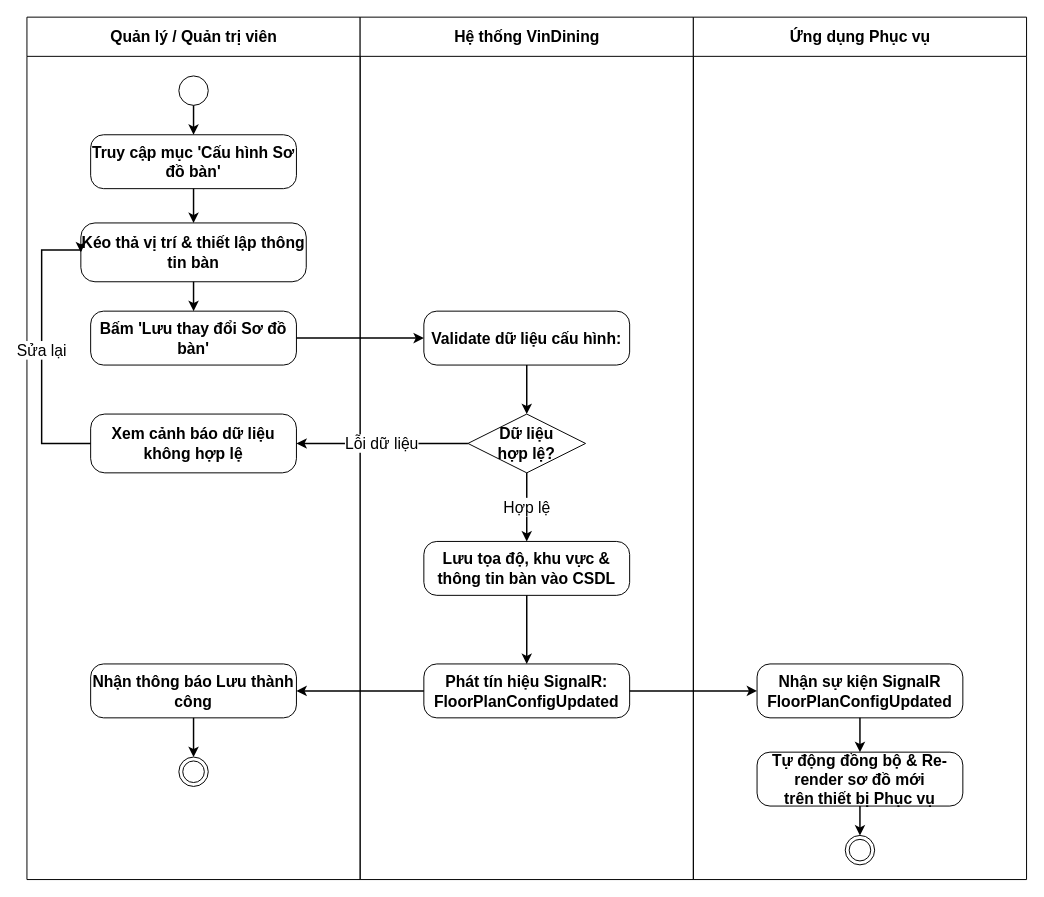
Above: docs/phase1/drawio/ad08_floor_plan.drawio in AndrewQng/VinDining (draw.io), before the change. Source tidied: cells renumbered, new cells numbered last; positions are measured from the earlier drawing's top-left corner, leaving out a move shared by most shapes. Both pictures are drawn from the tidied source at 98%, with x=0, y=0 at pixel (26, 17).
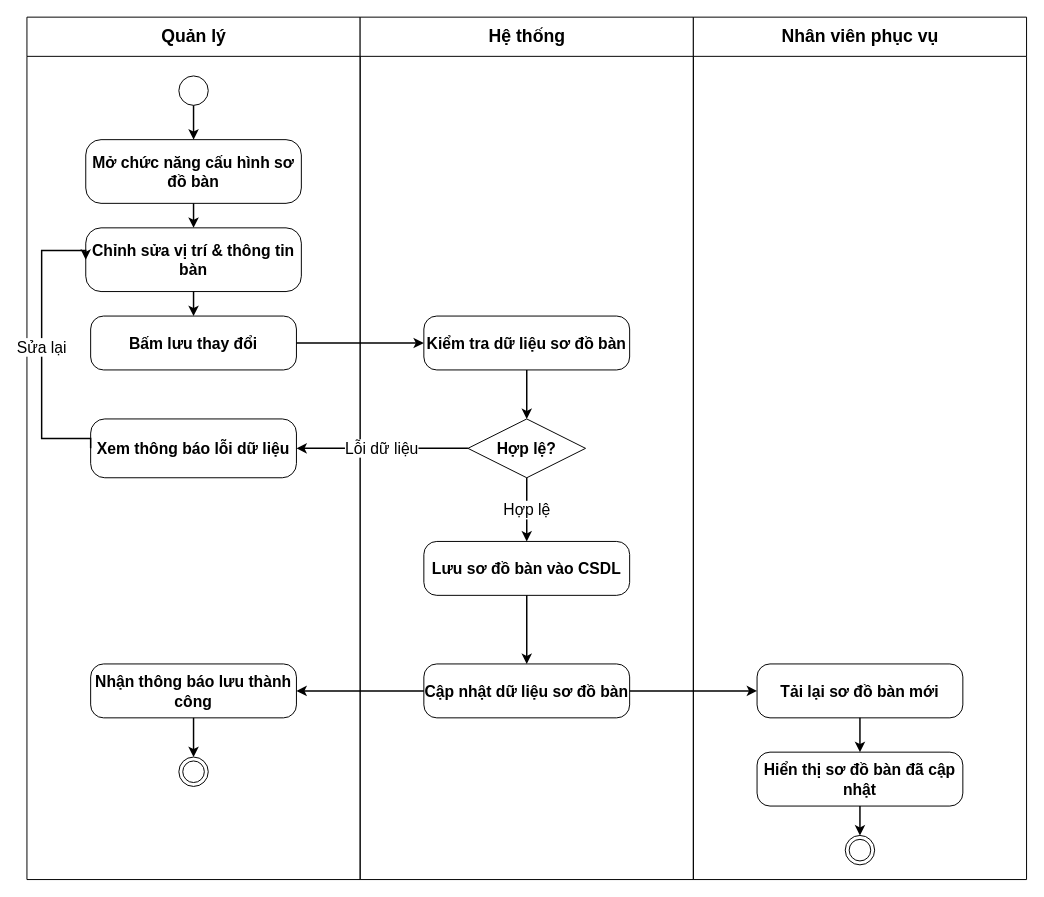
Above is the later version.

What changed in the source:
```diff
@@
-    <mxCell id="2" value="Quản lý / Quản trị viên" style="swimlane;html=1;startSize=40;horizontal=1;fontStyle=1;fontSize=16;align=center;verticalAlign=middle;swimlaneLine=1;" parent="1" vertex="1">
+    <mxCell id="2" value="Quản lý" style="swimlane;html=1;startSize=40;horizontal=1;fontStyle=1;fontSize=18;align=center;verticalAlign=middle;swimlaneLine=1;" parent="1" vertex="1">
       <mxGeometry width="340" height="880" as="geometry" />
     </mxCell>
-    <mxCell id="3" style="ellipse;whiteSpace=wrap;html=1;fontSize=16;" parent="2" vertex="1">
+    <mxCell id="3" style="ellipse;whiteSpace=wrap;html=1;fontSize=18;" parent="2" vertex="1">
       <mxGeometry x="155" y="60" width="30" height="30" as="geometry" />
     </mxCell>
-    <mxCell id="4" value="Truy cập mục 'Cấu hình Sơ đồ bàn'" style="rounded=1;arcSize=24;whiteSpace=wrap;html=1;fontStyle=1;fontSize=16;align=center;verticalAlign=middle;" parent="2" vertex="1">
-      <mxGeometry x="65" y="120" width="210" height="55" as="geometry" />
+    <mxCell id="4" value="Mở chức năng cấu hình sơ đồ bàn" style="rounded=1;arcSize=24;whiteSpace=wrap;html=1;fontStyle=1;fontSize=16;align=center;verticalAlign=middle;" parent="2" vertex="1">
+      <mxGeometry x="60" y="125" width="220" height="65" as="geometry" />
     </mxCell>
-    <mxCell id="5" value="Kéo thả vị trí &amp;amp; thiết lập thông tin bàn" style="rounded=1;arcSize=24;whiteSpace=wrap;html=1;fontStyle=1;fontSize=16;align=center;verticalAlign=middle;" parent="2" vertex="1">
-      <mxGeometry x="55" y="210" width="230" height="60" as="geometry" />
+    <mxCell id="5" value="Chỉnh sửa vị trí &amp;amp; thông tin bàn" style="rounded=1;arcSize=24;whiteSpace=wrap;html=1;fontStyle=1;fontSize=16;align=center;verticalAlign=middle;" parent="2" vertex="1">
+      <mxGeometry x="60" y="215" width="220" height="65" as="geometry" />
     </mxCell>
-    <mxCell id="6" value="Bấm 'Lưu thay đổi Sơ đồ bàn'" style="rounded=1;arcSize=24;whiteSpace=wrap;html=1;fontStyle=1;fontSize=16;align=center;verticalAlign=middle;" parent="2" vertex="1">
-      <mxGeometry x="65" y="300" width="210" height="55" as="geometry" />
+    <mxCell id="6" value="Bấm lưu thay đổi" style="rounded=1;arcSize=24;whiteSpace=wrap;html=1;fontStyle=1;fontSize=16;align=center;verticalAlign=middle;" parent="2" vertex="1">
+      <mxGeometry x="65" y="305" width="210" height="55" as="geometry" />
     </mxCell>
-    <mxCell id="7" value="Xem cảnh báo dữ liệu không hợp lệ" style="rounded=1;arcSize=24;whiteSpace=wrap;html=1;fontStyle=1;fontSize=16;align=center;verticalAlign=middle;" parent="2" vertex="1">
-      <mxGeometry x="65" y="405" width="210" height="60" as="geometry" />
+    <mxCell id="7" value="Xem thông báo lỗi dữ liệu" style="rounded=1;arcSize=24;whiteSpace=wrap;html=1;fontStyle=1;fontSize=16;align=center;verticalAlign=middle;" parent="2" vertex="1">
+      <mxGeometry x="65" y="410" width="210" height="60" as="geometry" />
     </mxCell>
-    <mxCell id="8" value="Nhận thông báo Lưu thành công" style="rounded=1;arcSize=24;whiteSpace=wrap;html=1;fontStyle=1;fontSize=16;align=center;verticalAlign=middle;" parent="2" vertex="1">
+    <mxCell id="8" value="Nhận thông báo lưu thành công" style="rounded=1;arcSize=24;whiteSpace=wrap;html=1;fontStyle=1;fontSize=16;align=center;verticalAlign=middle;" parent="2" vertex="1">
       <mxGeometry x="65" y="660" width="210" height="55" as="geometry" />
     </mxCell>
-    <mxCell id="9" style="ellipse;html=1;shape=endState;fontSize=16;" parent="2" vertex="1">
+    <mxCell id="9" style="ellipse;html=1;shape=endState;fontSize=18;" parent="2" vertex="1">
       <mxGeometry x="155" y="755" width="30" height="30" as="geometry" />
     </mxCell>
-    <mxCell id="10" value="Hệ thống VinDining" style="swimlane;html=1;startSize=40;horizontal=1;fontStyle=1;fontSize=16;align=center;verticalAlign=middle;swimlaneLine=1;" parent="1" vertex="1">
+    <mxCell id="10" value="Hệ thống" style="swimlane;html=1;startSize=40;horizontal=1;fontStyle=1;fontSize=18;align=center;verticalAlign=middle;swimlaneLine=1;" parent="1" vertex="1">
       <mxGeometry x="340" width="340" height="880" as="geometry" />
     </mxCell>
-    <mxCell id="11" value="Validate dữ liệu cấu hình:" style="rounded=1;arcSize=24;whiteSpace=wrap;html=1;fontStyle=1;fontSize=16;align=center;verticalAlign=middle;" parent="10" vertex="1">
-      <mxGeometry x="65" y="300" width="210" height="55" as="geometry" />
+    <mxCell id="11" value="Kiểm tra dữ liệu sơ đồ bàn" style="rounded=1;arcSize=24;whiteSpace=wrap;html=1;fontStyle=1;fontSize=16;align=center;verticalAlign=middle;" parent="10" vertex="1">
+      <mxGeometry x="65" y="305" width="210" height="55" as="geometry" />
     </mxCell>
-    <mxCell id="12" value="Dữ liệu&#10;hợp lệ?" style="rhombus;whiteSpace=wrap;html=1;fontStyle=1;fontSize=16;align=center;verticalAlign=middle;" parent="10" vertex="1">
-      <mxGeometry x="110" y="405" width="120" height="60" as="geometry" />
+    <mxCell id="12" value="Hợp lệ?" style="rhombus;whiteSpace=wrap;html=1;fontStyle=1;fontSize=16;align=center;verticalAlign=middle;" parent="10" vertex="1">
+      <mxGeometry x="110" y="410" width="120" height="60" as="geometry" />
     </mxCell>
-    <mxCell id="13" value="Lưu tọa độ, khu vực &amp;amp; thông tin bàn vào CSDL" style="rounded=1;arcSize=24;whiteSpace=wrap;html=1;fontStyle=1;fontSize=16;align=center;verticalAlign=middle;" parent="10" vertex="1">
+    <mxCell id="13" value="Lưu sơ đồ bàn vào CSDL" style="rounded=1;arcSize=24;whiteSpace=wrap;html=1;fontStyle=1;fontSize=16;align=center;verticalAlign=middle;" parent="10" vertex="1">
       <mxGeometry x="65" y="535" width="210" height="55" as="geometry" />
     </mxCell>
-    <mxCell id="14" value="Phát tín hiệu SignalR:&#10;FloorPlanConfigUpdated" style="rounded=1;arcSize=24;whiteSpace=wrap;html=1;fontStyle=1;fontSize=16;align=center;verticalAlign=middle;" parent="10" vertex="1">
+    <mxCell id="14" value="Cập nhật dữ liệu sơ đồ bàn" style="rounded=1;arcSize=24;whiteSpace=wrap;html=1;fontStyle=1;fontSize=16;align=center;verticalAlign=middle;" parent="10" vertex="1">
       <mxGeometry x="65" y="660" width="210" height="55" as="geometry" />
     </mxCell>
-    <mxCell id="15" value="Ứng dụng Phục vụ" style="swimlane;html=1;startSize=40;horizontal=1;fontStyle=1;fontSize=16;align=center;verticalAlign=middle;swimlaneLine=1;" parent="1" vertex="1">
+    <mxCell id="15" value="Nhân viên phục vụ" style="swimlane;html=1;startSize=40;horizontal=1;fontStyle=1;fontSize=18;align=center;verticalAlign=middle;swimlaneLine=1;" parent="1" vertex="1">
       <mxGeometry x="680" width="340" height="880" as="geometry" />
     </mxCell>
-    <mxCell id="16" value="Nhận sự kiện SignalR&#10;FloorPlanConfigUpdated" style="rounded=1;arcSize=24;whiteSpace=wrap;html=1;fontStyle=1;fontSize=16;align=center;verticalAlign=middle;" parent="15" vertex="1">
+    <mxCell id="16" value="Tải lại sơ đồ bàn mới" style="rounded=1;arcSize=24;whiteSpace=wrap;html=1;fontStyle=1;fontSize=16;align=center;verticalAlign=middle;" parent="15" vertex="1">
       <mxGeometry x="65" y="660" width="210" height="55" as="geometry" />
     </mxCell>
-    <mxCell id="17" value="Tự động đồng bộ &amp;amp; Re-render sơ đồ mới&#10;trên thiết bị Phục vụ" style="rounded=1;arcSize=24;whiteSpace=wrap;html=1;fontStyle=1;fontSize=16;align=center;verticalAlign=middle;" parent="15" vertex="1">
+    <mxCell id="17" value="Hiển thị sơ đồ bàn đã cập nhật" style="rounded=1;arcSize=24;whiteSpace=wrap;html=1;fontStyle=1;fontSize=16;align=center;verticalAlign=middle;" parent="15" vertex="1">
       <mxGeometry x="65" y="750" width="210" height="55" as="geometry" />
     </mxCell>
-    <mxCell id="18" style="ellipse;html=1;shape=endState;fontSize=16;" parent="15" vertex="1">
+    <mxCell id="18" style="ellipse;html=1;shape=endState;fontSize=18;" parent="15" vertex="1">
       <mxGeometry x="155" y="835" width="30" height="30" as="geometry" />
     </mxCell>
@@
-    <mxCell id="22" style="edgeStyle=orthogonalEdgeStyle;rounded=0;strokeWidth=1.5;html=1;exitX=1;exitY=0.5;entryX=0;entryY=0.5;fontSize=16;" parent="1" edge="1" source="6" target="11">
+    <mxCell id="22" style="edgeStyle=orthogonalEdgeStyle;rounded=0;strokeWidth=1.5;html=1;fontSize=16;" parent="1" edge="1" source="6" target="11">
       <mxGeometry relative="1" as="geometry" />
     </mxCell>
-    <mxCell id="23" style="edgeStyle=orthogonalEdgeStyle;rounded=0;strokeWidth=1.5;html=1;exitX=0.5;exitY=1;entryX=0.5;entryY=0;fontSize=16;" parent="1" edge="1" source="11" target="12">
+    <mxCell id="23" style="edgeStyle=orthogonalEdgeStyle;rounded=0;strokeWidth=1.5;html=1;fontSize=16;" parent="1" edge="1" source="11" target="12">
       <mxGeometry relative="1" as="geometry" />
     </mxCell>
-    <mxCell id="24" value="Lỗi dữ liệu" style="edgeStyle=orthogonalEdgeStyle;rounded=0;strokeWidth=1.5;html=1;fontSize=16;labelBackgroundColor=#ffffff;exitX=0;exitY=0.5;entryX=1;entryY=0.5;" parent="1" edge="1" source="12" target="7">
+    <mxCell id="24" value="Lỗi dữ liệu" style="edgeStyle=orthogonalEdgeStyle;rounded=0;strokeWidth=1.5;html=1;fontSize=16;labelBackgroundColor=#ffffff;" parent="1" edge="1" source="12" target="7">
       <mxGeometry relative="1" as="geometry" />
     </mxCell>
     <mxCell id="25" value="Sửa lại" style="edgeStyle=orthogonalEdgeStyle;rounded=0;strokeWidth=1.5;html=1;fontSize=16;labelBackgroundColor=#ffffff;exitX=0;exitY=0.5;entryX=0;entryY=0.5;" parent="1" edge="1" source="7" target="5">
       <mxGeometry relative="1" as="geometry">
         <Array as="points">
-          <mxPoint x="15" y="435" />
-          <mxPoint x="15" y="237.5" />
+          <mxPoint x="15" y="430" />
+          <mxPoint x="15" y="238" />
         </Array>
       </mxGeometry>
     </mxCell>
-    <mxCell id="26" value="Hợp lệ" style="edgeStyle=orthogonalEdgeStyle;rounded=0;strokeWidth=1.5;html=1;fontSize=16;labelBackgroundColor=#ffffff;exitX=0.5;exitY=1;entryX=0.5;entryY=0;" parent="1" edge="1" source="12" target="13">
+    <mxCell id="26" value="Hợp lệ" style="edgeStyle=orthogonalEdgeStyle;rounded=0;strokeWidth=1.5;html=1;fontSize=16;labelBackgroundColor=#ffffff;" parent="1" edge="1" source="12" target="13">
       <mxGeometry relative="1" as="geometry" />
     </mxCell>
-    <mxCell id="27" style="edgeStyle=orthogonalEdgeStyle;rounded=0;strokeWidth=1.5;html=1;exitX=0.5;exitY=1;entryX=0.5;entryY=0;fontSize=16;" parent="1" edge="1" source="13" target="14">
+    <mxCell id="27" style="edgeStyle=orthogonalEdgeStyle;rounded=0;strokeWidth=1.5;html=1;fontSize=16;" parent="1" edge="1" source="13" target="14">
       <mxGeometry relative="1" as="geometry" />
     </mxCell>
-    <mxCell id="28" style="edgeStyle=orthogonalEdgeStyle;rounded=0;strokeWidth=1.5;html=1;exitX=0;exitY=0.5;entryX=1;entryY=0.5;fontSize=16;" parent="1" edge="1" source="14" target="8">
+    <mxCell id="28" style="edgeStyle=orthogonalEdgeStyle;rounded=0;strokeWidth=1.5;html=1;fontSize=16;" parent="1" edge="1" source="14" target="8">
       <mxGeometry relative="1" as="geometry" />
     </mxCell>
-    <mxCell id="29" style="edgeStyle=orthogonalEdgeStyle;rounded=0;strokeWidth=1.5;html=1;exitX=0.5;exitY=1;entryX=0.5;entryY=0;fontSize=16;" parent="1" edge="1" source="8" target="9">
+    <mxCell id="29" style="edgeStyle=orthogonalEdgeStyle;rounded=0;strokeWidth=1.5;html=1;fontSize=16;" parent="1" edge="1" source="8" target="9">
       <mxGeometry relative="1" as="geometry" />
     </mxCell>
-    <mxCell id="30" style="edgeStyle=orthogonalEdgeStyle;rounded=0;strokeWidth=1.5;html=1;exitX=1;exitY=0.5;entryX=0;entryY=0.5;fontSize=16;" parent="1" edge="1" source="14" target="16">
+    <mxCell id="30" style="edgeStyle=orthogonalEdgeStyle;rounded=0;strokeWidth=1.5;html=1;fontSize=16;" parent="1" edge="1" source="14" target="16">
       <mxGeometry relative="1" as="geometry" />
     </mxCell>
-    <mxCell id="31" style="edgeStyle=orthogonalEdgeStyle;rounded=0;strokeWidth=1.5;html=1;exitX=0.5;exitY=1;entryX=0.5;entryY=0;fontSize=16;" parent="1" edge="1" source="16" target="17">
+    <mxCell id="31" style="edgeStyle=orthogonalEdgeStyle;rounded=0;strokeWidth=1.5;html=1;fontSize=16;" parent="1" edge="1" source="16" target="17">
       <mxGeometry relative="1" as="geometry" />
     </mxCell>
-    <mxCell id="32" style="edgeStyle=orthogonalEdgeStyle;rounded=0;strokeWidth=1.5;html=1;exitX=0.5;exitY=1;entryX=0.5;entryY=0;fontSize=16;" parent="1" edge="1" source="17" target="18">
+    <mxCell id="32" style="edgeStyle=orthogonalEdgeStyle;rounded=0;strokeWidth=1.5;html=1;fontSize=16;" parent="1" edge="1" source="17" target="18">
       <mxGeometry relative="1" as="geometry" />
     </mxCell>
```
